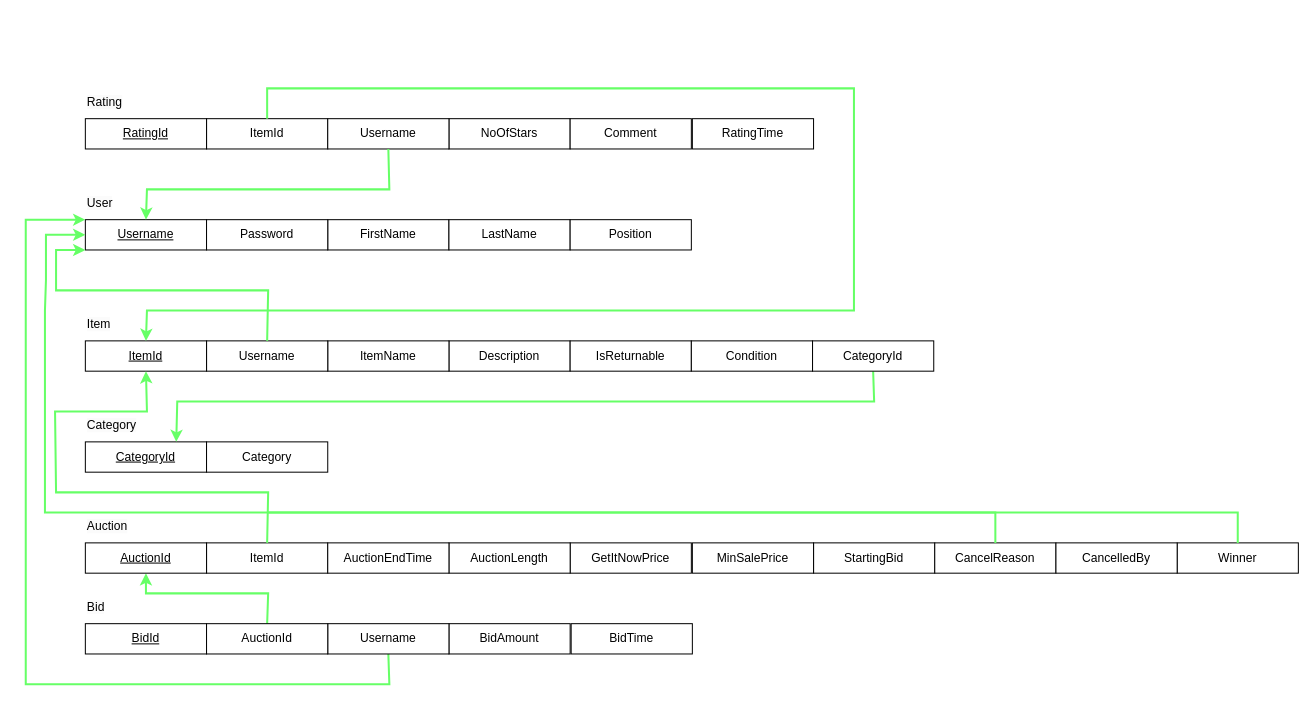
This is Phase_2/EERMapping/EERMapping.drawio from leileili1010/Buzzbid, a draw.io file, before an edit. Source tidied: cells renumbered, new cells numbered last; positions are measured from the earlier drawing's top-left corner, leaving out a move shared by most shapes. Both pictures are drawn from the tidied source at 101%, with x=0, y=0 at pixel (25, 88).
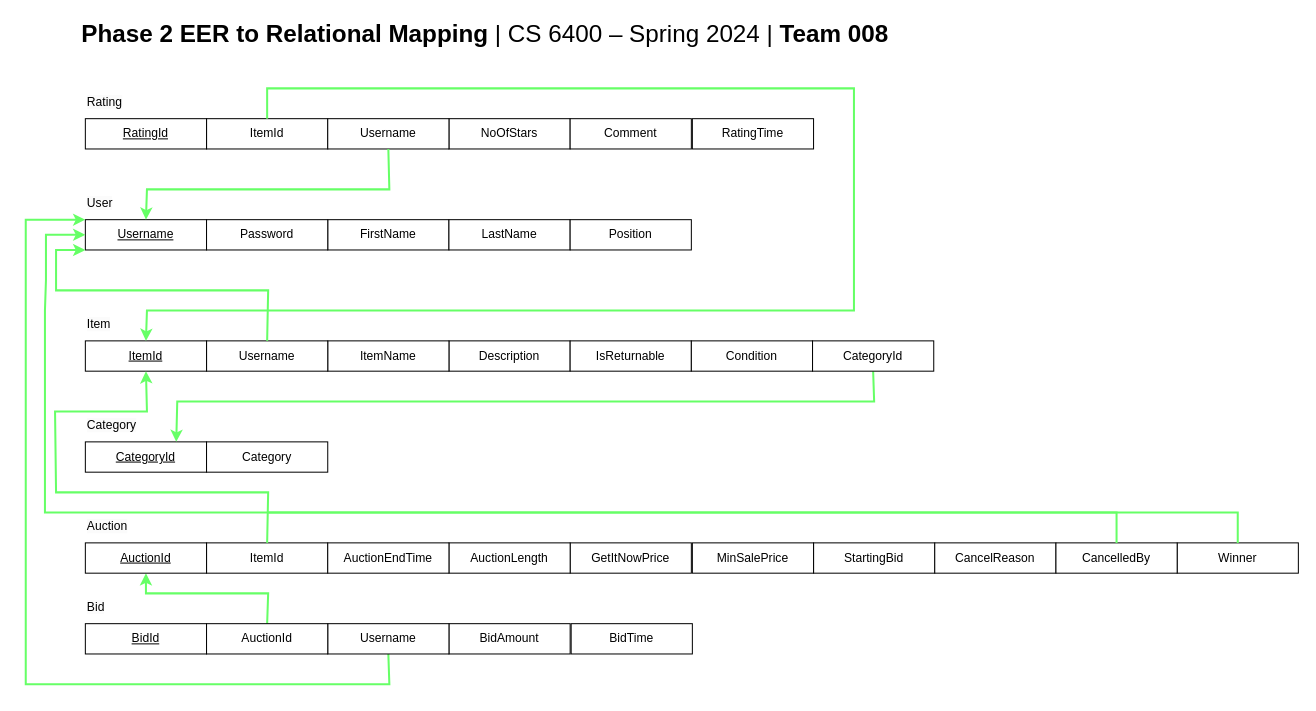
Above is the later version.

Commit message:
fix CancelledBy mapping in Auction entity

Unchanged cells that the change refers to:
```xml
<mxCell id="2" value="&lt;u&gt;Username&lt;/u&gt;" style="rounded=0;whiteSpace=wrap;html=1;" parent="1" vertex="1">
  <mxGeometry x="59" y="130" width="120" height="30" as="geometry" />
</mxCell>
<mxCell id="21" value="CancelReason" style="whiteSpace=wrap;html=1;rounded=0;" parent="1" vertex="1">
  <mxGeometry x="900" y="450" width="120" height="30" as="geometry" />
</mxCell>
<mxCell id="28" value="CancelledBy" style="rounded=0;whiteSpace=wrap;html=1;" parent="1" vertex="1">
  <mxGeometry x="1020" y="450" width="120" height="30" as="geometry" />
</mxCell>
```

The edit, as a diff of the source:
```diff
@@
-    <mxCell id="29" style="endArrow=classic;html=1;rounded=0;fillColor=#99FF33;strokeColor=#66FF66;strokeWidth=2;entryX=0;entryY=0.5;entryDx=0;entryDy=0;exitX=0.5;exitY=0;exitDx=0;exitDy=0;" parent="1" edge="1" source="21" target="2">
+    <mxCell id="29" style="endArrow=classic;html=1;rounded=0;fillColor=#99FF33;strokeColor=#66FF66;strokeWidth=2;entryX=0;entryY=0.5;entryDx=0;entryDy=0;exitX=0.5;exitY=0;exitDx=0;exitDy=0;" parent="1" edge="1" source="28" target="2">
       <mxGeometry relative="1" as="geometry">
         <Array as="points">
-          <mxPoint x="960" y="420" />
+          <mxPoint x="1080" y="420" />
           <mxPoint x="690" y="420" />
           <mxPoint x="359" y="420" />
           <mxPoint x="19" y="420" />
           <mxPoint x="19" y="220" />
           <mxPoint x="20" y="190" />
           <mxPoint x="20" y="160" />
           <mxPoint x="20" y="170" />
           <mxPoint x="20" y="145" />
         </Array>
       </mxGeometry>
     </mxCell>
@@
+    <mxCell id="52" value="&lt;p style=&quot;margin: 2pt 0in 0in; line-height: normal;&quot; align=&quot;center&quot; class=&quot;MsoNormal&quot;&gt;&lt;font style=&quot;font-size: 24px;&quot;&gt;&lt;b&gt;&lt;span style=&quot;font-family: Arial, sans-serif;&quot;&gt;Phase 2 EER to Relational Mapping&amp;nbsp;&lt;/span&gt;&lt;/b&gt;&lt;span&gt;| CS 6400 – Spring 2024 | &lt;b&gt;Team 008&lt;/b&gt;&lt;/span&gt;&lt;/font&gt;&lt;/p&gt;" style="text;html=1;strokeColor=none;fillColor=none;align=center;verticalAlign=middle;whiteSpace=wrap;rounded=0;" parent="1" vertex="1">
+      <mxGeometry x="40" y="-70" width="830" height="30" as="geometry" />
+    </mxCell>
```
